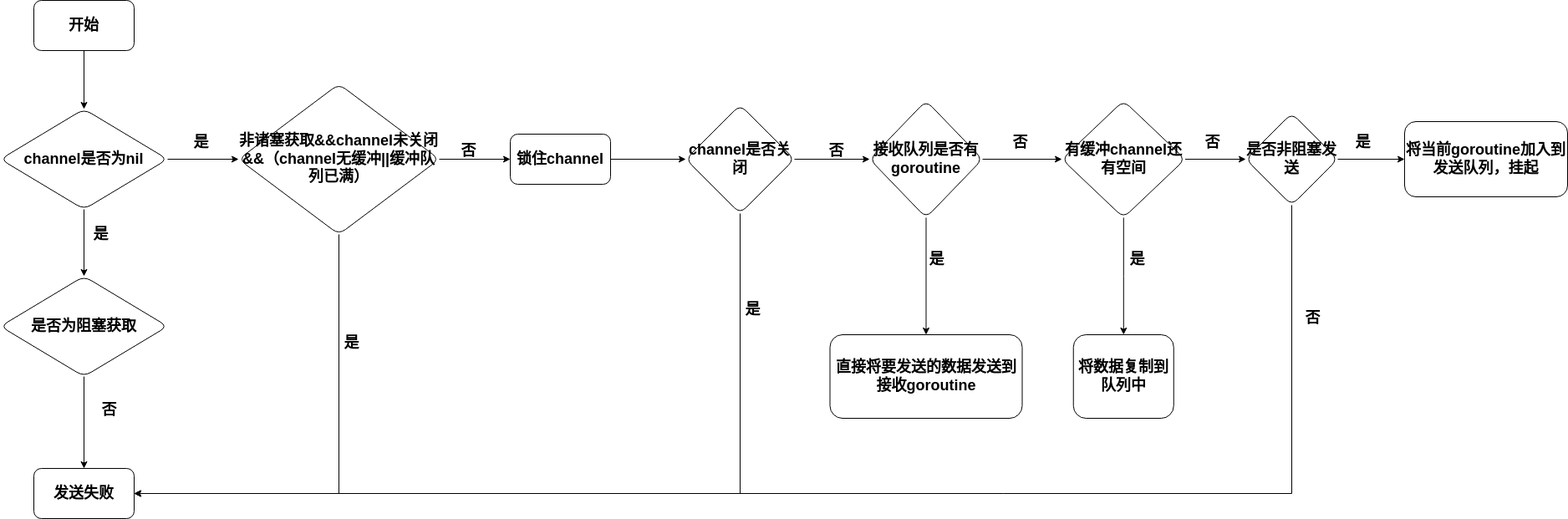
Above: img/chansend.png in zlmsx/zlmsx.github.io (draw.io), before the change. Source tidied: cells renumbered, new cells last; positions are measured from the earlier drawing's top-left corner, leaving out a move shared by most shapes.
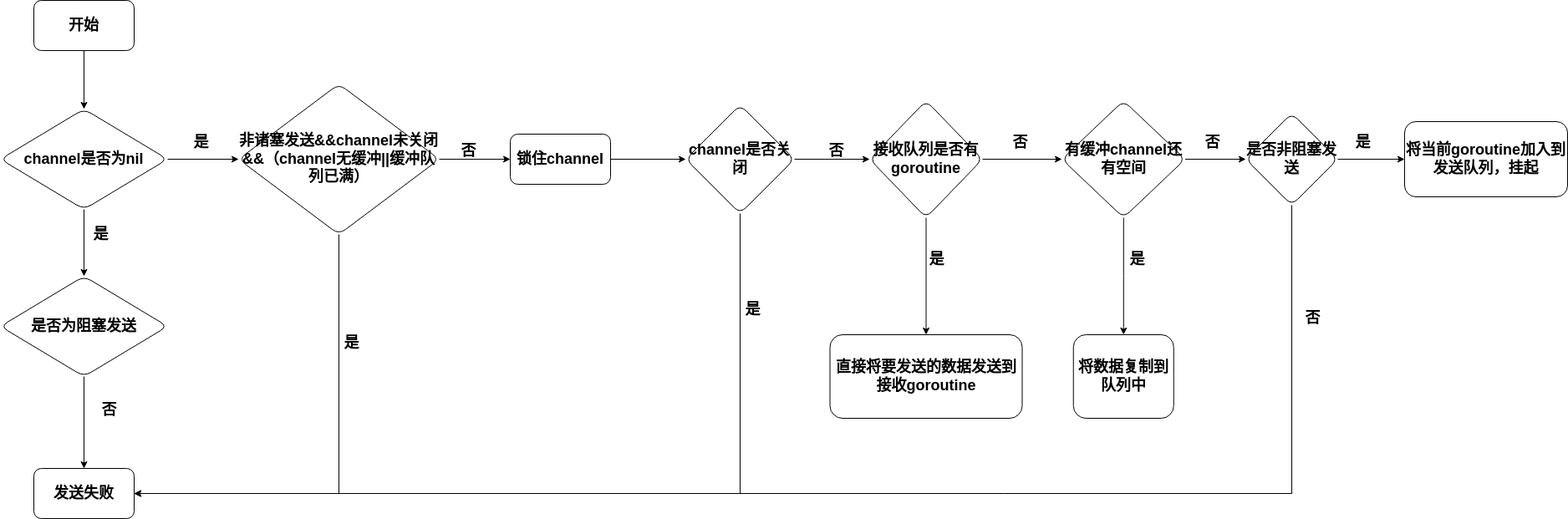
The same diagram one commit later.

Diff of the diagram source:
```diff
@@ -20,7 +20,7 @@
     <mxCell id="7" style="edgeStyle=orthogonalEdgeStyle;rounded=0;jettySize=auto;html=1;fontSize=18;" parent="1" edge="1" source="8" target="9">
       <mxGeometry relative="1" as="geometry" />
     </mxCell>
-    <mxCell id="8" value="&lt;font style=&quot;font-size: 18px;&quot;&gt;&lt;b&gt;是否为阻塞获取&lt;/b&gt;&lt;/font&gt;" style="rhombus;whiteSpace=wrap;html=1;rounded=1;fillStyle=auto;gradientColor=none;glass=0;sketch=0;shadow=0;" parent="1" vertex="1">
+    <mxCell id="8" value="&lt;font style=&quot;font-size: 18px;&quot;&gt;&lt;b&gt;是否为阻塞发送&lt;/b&gt;&lt;/font&gt;" style="rhombus;whiteSpace=wrap;html=1;rounded=1;fillStyle=auto;gradientColor=none;glass=0;sketch=0;shadow=0;" parent="1" vertex="1">
       <mxGeometry y="330" width="200" height="120" as="geometry" />
     </mxCell>
     <mxCell id="9" value="&lt;span style=&quot;font-size: 18px;&quot;&gt;&lt;b&gt;发送失败&lt;/b&gt;&lt;/span&gt;" style="whiteSpace=wrap;html=1;rounded=1;fillStyle=auto;gradientColor=none;glass=0;sketch=0;shadow=0;" parent="1" vertex="1">
@@ -32,7 +32,7 @@
     <mxCell id="11" style="edgeStyle=orthogonalEdgeStyle;rounded=0;jettySize=auto;html=1;fontSize=18;" parent="1" edge="1" source="12" target="14">
       <mxGeometry relative="1" as="geometry" />
     </mxCell>
-    <mxCell id="12" value="&lt;font style=&quot;font-size: 18px;&quot;&gt;&lt;b&gt;非诸塞获取&amp;amp;&amp;amp;channel未关闭&amp;amp;&amp;amp;（channel无缓冲||缓冲队列已满）&lt;/b&gt;&lt;/font&gt;" style="rhombus;whiteSpace=wrap;html=1;rounded=1;fillStyle=auto;gradientColor=none;glass=0;sketch=0;shadow=0;" parent="1" vertex="1">
+    <mxCell id="12" value="&lt;font style=&quot;font-size: 18px;&quot;&gt;&lt;b&gt;非诸塞发送&amp;amp;&amp;amp;channel未关闭&amp;amp;&amp;amp;（channel无缓冲||缓冲队列已满）&lt;/b&gt;&lt;/font&gt;" style="rhombus;whiteSpace=wrap;html=1;rounded=1;fillStyle=auto;gradientColor=none;glass=0;sketch=0;shadow=0;" parent="1" vertex="1">
       <mxGeometry x="285" y="100" width="240" height="180" as="geometry" />
     </mxCell>
     <mxCell id="13" style="edgeStyle=orthogonalEdgeStyle;rounded=0;jettySize=auto;html=1;fontSize=18;" parent="1" edge="1" source="14" target="17">
```
